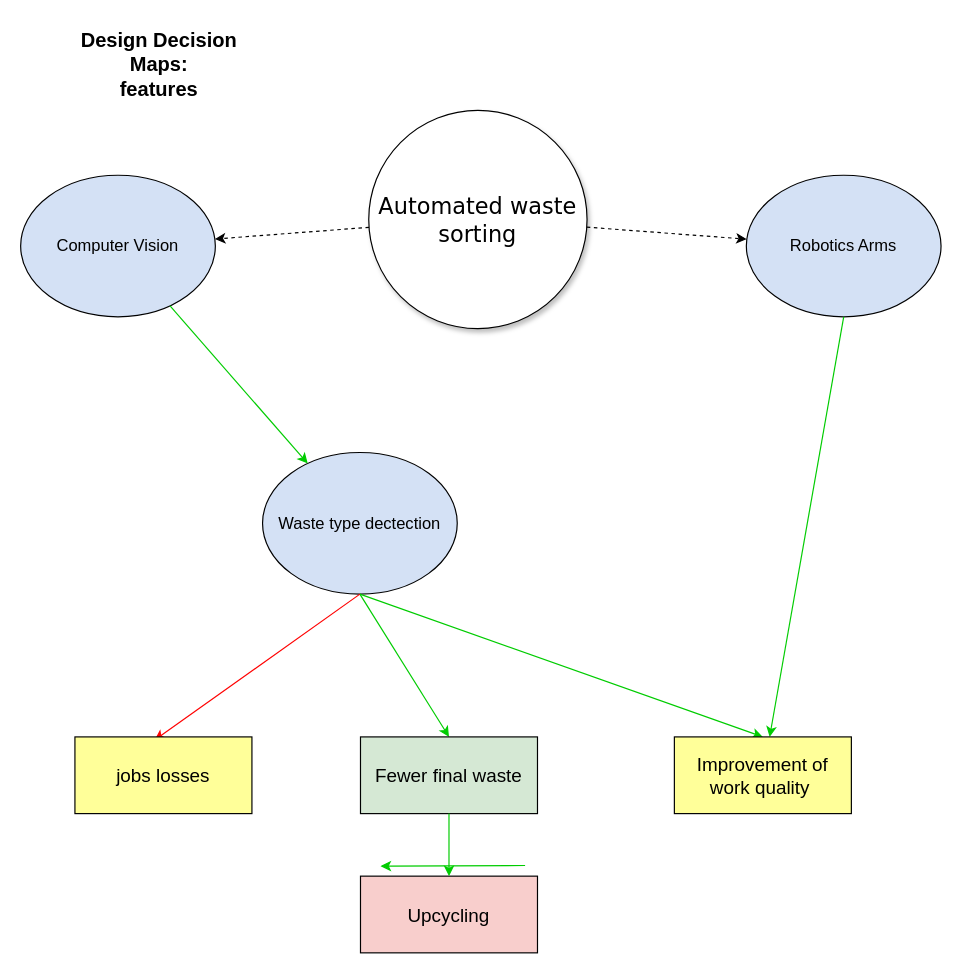
damecole/DigitalizationAndSustainability keeps this draw.io diagram as DDMaps_features.drawio. Above is the earlier version. Source tidied: cells renumbered, new cells numbered last; positions are measured from the earlier drawing's top-left corner, leaving out a move shared by most shapes. Both pictures are drawn from the tidied source at 118%, with x=0, y=0 at pixel (20, 20).
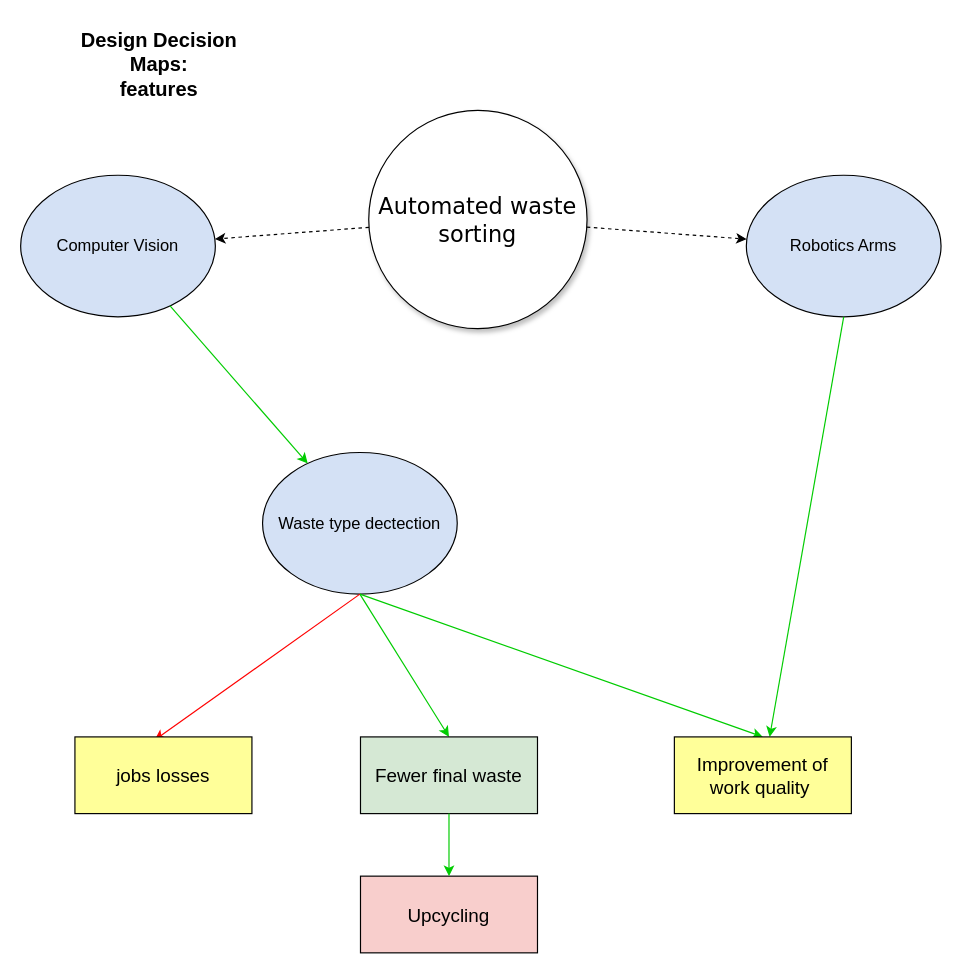
The same page after the edit.

What changed in the source:
```diff
@@
-    <mxCell id="10" style="endArrow=classic;html=1;fontColor=#00CC00;strokeColor=#00CC00;rounded=0;exitX=0.5;exitY=1;exitDx=0;exitDy=0;entryX=0.5;entryY=0;entryDx=0;entryDy=0;" parent="1" edge="1">
-      <mxGeometry relative="1" as="geometry">
-        <mxPoint x="427.5" y="716" as="sourcePoint" />
-        <mxPoint x="305" y="716.5" as="targetPoint" />
-      </mxGeometry>
-    </mxCell>
```
